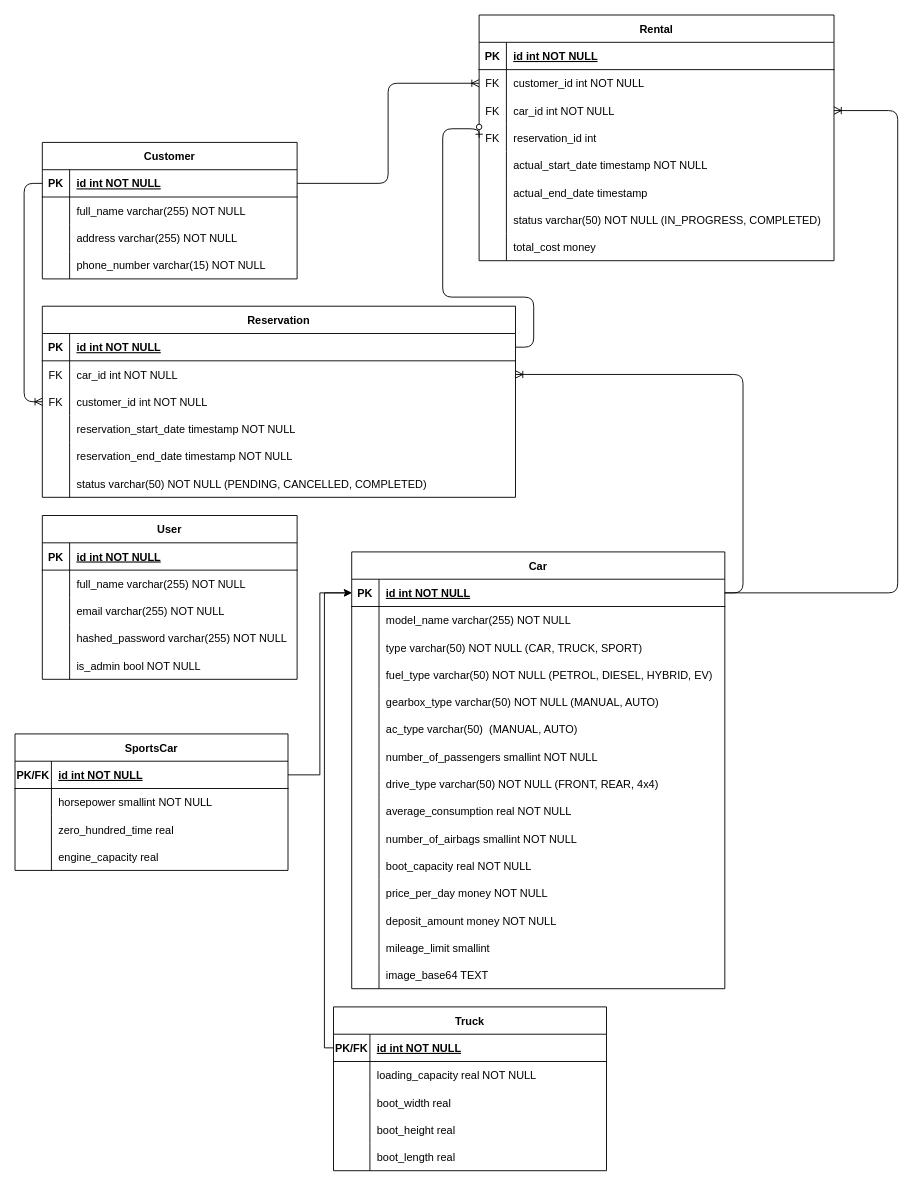
This is ERD.drawio from BartlomiejRasztabiga/Rentally, a draw.io file, before an edit. Source tidied: cells renumbered, new cells numbered last; positions are measured from the earlier drawing's top-left corner, leaving out a move shared by most shapes. Both pictures are drawn from the tidied source at 91%, with x=0, y=0 at pixel (15, 15).
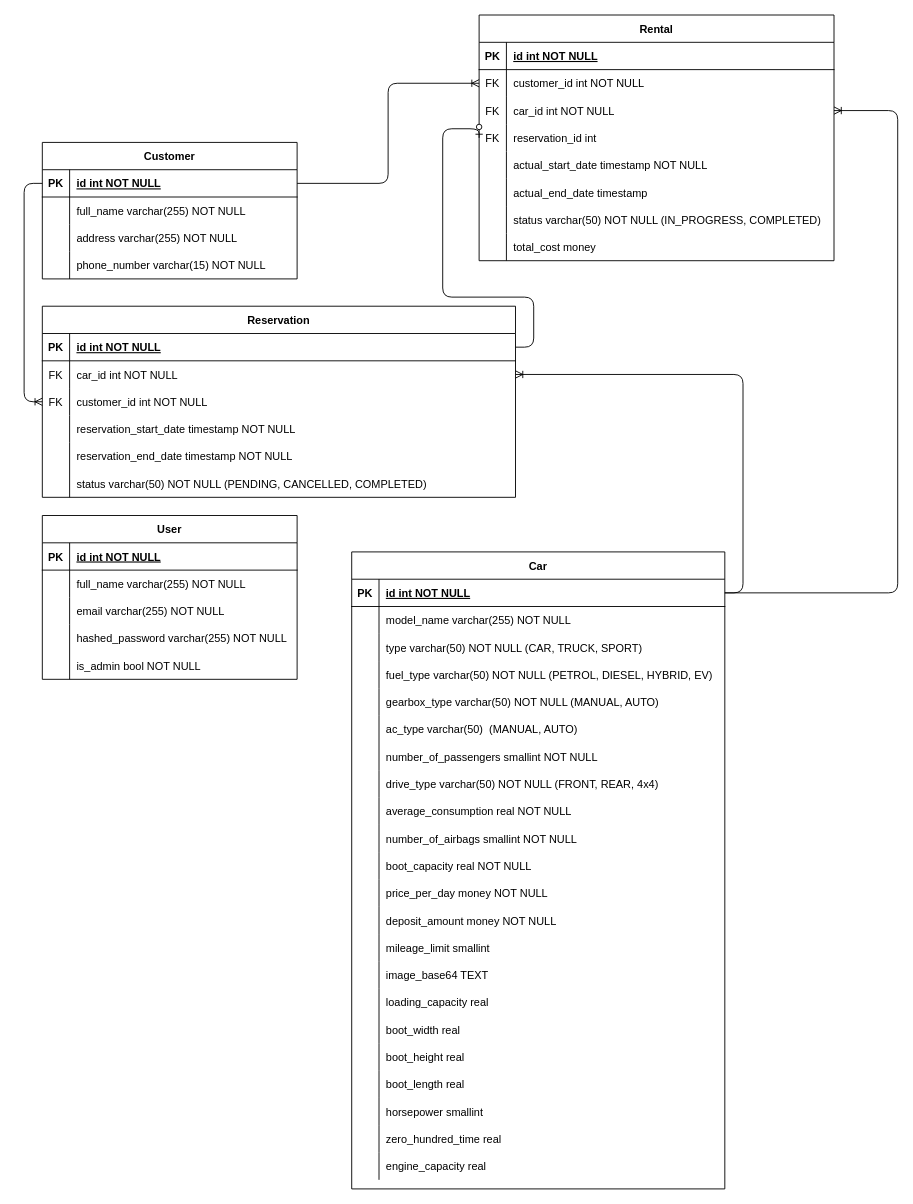
Above is the later version.

The change refers to these unchanged cells:
```xml
<mxCell id="3" style="shape=partialRectangle;fillColor=none;points=[[0,0.5],[1,0.5]];portConstraint=eastwest;top=0;left=0;right=0;bottom=1;" parent="2" vertex="1">
  <mxGeometry y="30" width="410" height="30" as="geometry" />
</mxCell>
```

Diff of the diagram source:
```diff
@@
     <mxCell id="2" value="Car" style="shape=table;startSize=30;childLayout=tableLayout;rowLines=0;fontStyle=1;align=center;" parent="1" vertex="1">
-      <mxGeometry x="370" y="590" width="410" height="480" as="geometry" />
+      <mxGeometry x="370" y="590" width="410" height="700" as="geometry" />
     </mxCell>
@@
+    <mxCell id="158" style="shape=partialRectangle;fillColor=none;top=0;left=0;right=0;bottom=0;" parent="2" vertex="1">
+      <mxGeometry y="480" width="410" height="30" as="geometry" />
+    </mxCell>
+    <mxCell id="159" style="shape=partialRectangle;overflow=hidden;fillColor=none;top=0;left=0;bottom=0;right=0;" parent="158" vertex="1">
+      <mxGeometry width="30" height="30" as="geometry" />
+    </mxCell>
+    <mxCell id="160" value="loading_capacity real" style="shape=partialRectangle;overflow=hidden;fillColor=none;top=0;left=0;bottom=0;right=0;align=left;spacingLeft=6;" parent="158" vertex="1">
+      <mxGeometry x="30" width="380" height="30" as="geometry" />
+    </mxCell>
+    <mxCell id="161" style="shape=partialRectangle;fillColor=none;top=0;left=0;right=0;bottom=0;" parent="2" vertex="1">
+      <mxGeometry y="510" width="410" height="30" as="geometry" />
+    </mxCell>
+    <mxCell id="162" style="shape=partialRectangle;overflow=hidden;fillColor=none;top=0;left=0;bottom=0;right=0;" parent="161" vertex="1">
+      <mxGeometry width="30" height="30" as="geometry" />
+    </mxCell>
+    <mxCell id="73" value="boot_width real" style="shape=partialRectangle;overflow=hidden;fillColor=none;top=0;left=0;bottom=0;right=0;align=left;spacingLeft=6;" parent="161" vertex="1">
+      <mxGeometry x="30" width="380" height="30" as="geometry" />
+    </mxCell>
+    <mxCell id="163" style="shape=partialRectangle;fillColor=none;top=0;left=0;right=0;bottom=0;" parent="2" vertex="1">
+      <mxGeometry y="540" width="410" height="30" as="geometry" />
+    </mxCell>
+    <mxCell id="164" style="shape=partialRectangle;overflow=hidden;fillColor=none;top=0;left=0;bottom=0;right=0;" parent="163" vertex="1">
+      <mxGeometry width="30" height="30" as="geometry" />
+    </mxCell>
+    <mxCell id="76" value="boot_height real" style="shape=partialRectangle;overflow=hidden;fillColor=none;top=0;left=0;bottom=0;right=0;align=left;spacingLeft=6;" parent="163" vertex="1">
+      <mxGeometry x="30" width="380" height="30" as="geometry" />
+    </mxCell>
+    <mxCell id="165" style="shape=partialRectangle;fillColor=none;top=0;left=0;right=0;bottom=0;" parent="2" vertex="1">
+      <mxGeometry y="570" width="410" height="30" as="geometry" />
+    </mxCell>
+    <mxCell id="166" style="shape=partialRectangle;overflow=hidden;fillColor=none;top=0;left=0;bottom=0;right=0;" parent="165" vertex="1">
+      <mxGeometry width="30" height="30" as="geometry" />
+    </mxCell>
+    <mxCell id="79" value="boot_length real" style="shape=partialRectangle;overflow=hidden;fillColor=none;top=0;left=0;bottom=0;right=0;align=left;spacingLeft=6;" parent="165" vertex="1">
+      <mxGeometry x="30" width="380" height="30" as="geometry" />
+    </mxCell>
+    <mxCell id="167" style="shape=partialRectangle;fillColor=none;top=0;left=0;right=0;bottom=0;" parent="2" vertex="1">
+      <mxGeometry y="600" width="410" height="30" as="geometry" />
+    </mxCell>
+    <mxCell id="168" style="shape=partialRectangle;overflow=hidden;fillColor=none;top=0;left=0;bottom=0;right=0;" parent="167" vertex="1">
+      <mxGeometry width="30" height="30" as="geometry" />
+    </mxCell>
+    <mxCell id="169" value="horsepower smallint" style="shape=partialRectangle;overflow=hidden;fillColor=none;top=0;left=0;bottom=0;right=0;align=left;spacingLeft=6;" parent="167" vertex="1">
+      <mxGeometry x="30" width="380" height="30" as="geometry" />
+    </mxCell>
+    <mxCell id="170" style="shape=partialRectangle;fillColor=none;top=0;left=0;right=0;bottom=0;" parent="2" vertex="1">
+      <mxGeometry y="630" width="410" height="30" as="geometry" />
+    </mxCell>
+    <mxCell id="171" style="shape=partialRectangle;overflow=hidden;fillColor=none;top=0;left=0;bottom=0;right=0;" parent="170" vertex="1">
+      <mxGeometry width="30" height="30" as="geometry" />
+    </mxCell>
+    <mxCell id="91" value="zero_hundred_time real" style="shape=partialRectangle;overflow=hidden;fillColor=none;top=0;left=0;bottom=0;right=0;align=left;spacingLeft=6;" parent="170" vertex="1">
+      <mxGeometry x="30" width="380" height="30" as="geometry" />
+    </mxCell>
+    <mxCell id="172" style="shape=partialRectangle;fillColor=none;top=0;left=0;right=0;bottom=0;" parent="2" vertex="1">
+      <mxGeometry y="660" width="410" height="30" as="geometry" />
+    </mxCell>
+    <mxCell id="173" style="shape=partialRectangle;overflow=hidden;fillColor=none;top=0;left=0;bottom=0;right=0;" parent="172" vertex="1">
+      <mxGeometry width="30" height="30" as="geometry" />
+    </mxCell>
+    <mxCell id="94" value="engine_capacity real" style="shape=partialRectangle;overflow=hidden;fillColor=none;top=0;left=0;bottom=0;right=0;align=left;spacingLeft=6;" parent="172" vertex="1">
+      <mxGeometry x="30" width="380" height="30" as="geometry" />
+    </mxCell>
@@
-    <mxCell id="64" value="Truck" style="shape=table;startSize=30;childLayout=tableLayout;rowLines=0;fontStyle=1;align=center;" parent="1" vertex="1">
-      <mxGeometry x="350" y="1090" width="300" height="180" as="geometry" />
-    </mxCell>
-    <mxCell id="65" style="shape=partialRectangle;fillColor=none;points=[[0,0.5],[1,0.5]];portConstraint=eastwest;top=0;left=0;right=0;bottom=1;" parent="64" vertex="1">
-      <mxGeometry y="30" width="300" height="30" as="geometry" />
-    </mxCell>
-    <mxCell id="66" value="PK/FK" style="shape=partialRectangle;overflow=hidden;fillColor=none;top=0;left=0;bottom=0;right=0;fontStyle=1;" parent="65" vertex="1">
-      <mxGeometry width="40" height="30" as="geometry" />
-    </mxCell>
-    <mxCell id="67" value="id int NOT NULL " style="shape=partialRectangle;overflow=hidden;fillColor=none;top=0;left=0;bottom=0;right=0;align=left;spacingLeft=6;fontStyle=5;" parent="65" vertex="1">
-      <mxGeometry x="40" width="260" height="30" as="geometry" />
-    </mxCell>
-    <mxCell id="68" style="shape=partialRectangle;fillColor=none;top=0;left=0;right=0;bottom=0;" parent="64" vertex="1">
-      <mxGeometry y="60" width="300" height="30" as="geometry" />
-    </mxCell>
-    <mxCell id="69" style="shape=partialRectangle;overflow=hidden;fillColor=none;top=0;left=0;bottom=0;right=0;" parent="68" vertex="1">
-      <mxGeometry width="40" height="30" as="geometry" />
-    </mxCell>
-    <mxCell id="70" style="shape=partialRectangle;overflow=hidden;fillColor=none;top=0;left=0;bottom=0;right=0;align=left;spacingLeft=6;" parent="68" vertex="1">
-      <mxGeometry x="40" width="260" height="30" as="geometry" />
-    </mxCell>
-    <mxCell id="71" style="shape=partialRectangle;fillColor=none;top=0;left=0;right=0;bottom=0;" parent="64" vertex="1">
-      <mxGeometry y="90" width="300" height="30" as="geometry" />
-    </mxCell>
-    <mxCell id="72" style="shape=partialRectangle;overflow=hidden;fillColor=none;top=0;left=0;bottom=0;right=0;" parent="71" vertex="1">
-      <mxGeometry width="40" height="30" as="geometry" />
-    </mxCell>
-    <mxCell id="73" value="boot_width real" style="shape=partialRectangle;overflow=hidden;fillColor=none;top=0;left=0;bottom=0;right=0;align=left;spacingLeft=6;" parent="71" vertex="1">
-      <mxGeometry x="40" width="260" height="30" as="geometry" />
-    </mxCell>
-    <mxCell id="74" style="shape=partialRectangle;fillColor=none;top=0;left=0;right=0;bottom=0;" parent="64" vertex="1">
-      <mxGeometry y="120" width="300" height="30" as="geometry" />
-    </mxCell>
-    <mxCell id="75" style="shape=partialRectangle;overflow=hidden;fillColor=none;top=0;left=0;bottom=0;right=0;" parent="74" vertex="1">
-      <mxGeometry width="40" height="30" as="geometry" />
-    </mxCell>
-    <mxCell id="76" value="boot_height real" style="shape=partialRectangle;overflow=hidden;fillColor=none;top=0;left=0;bottom=0;right=0;align=left;spacingLeft=6;" parent="74" vertex="1">
-      <mxGeometry x="40" width="260" height="30" as="geometry" />
-    </mxCell>
-    <mxCell id="77" style="shape=partialRectangle;fillColor=none;top=0;left=0;right=0;bottom=0;" parent="64" vertex="1">
-      <mxGeometry y="150" width="300" height="30" as="geometry" />
-    </mxCell>
-    <mxCell id="78" style="shape=partialRectangle;overflow=hidden;fillColor=none;top=0;left=0;bottom=0;right=0;" parent="77" vertex="1">
-      <mxGeometry width="40" height="30" as="geometry" />
-    </mxCell>
-    <mxCell id="79" value="boot_length real" style="shape=partialRectangle;overflow=hidden;fillColor=none;top=0;left=0;bottom=0;right=0;align=left;spacingLeft=6;" parent="77" vertex="1">
-      <mxGeometry x="40" width="260" height="30" as="geometry" />
-    </mxCell>
-    <mxCell id="80" value="loading_capacity real NOT NULL" style="shape=partialRectangle;overflow=hidden;fillColor=none;top=0;left=0;bottom=0;right=0;align=left;spacingLeft=6;" parent="1" vertex="1">
-      <mxGeometry x="390" y="1150" width="260" height="30" as="geometry" />
-    </mxCell>
-    <mxCell id="81" style="rounded=0;jettySize=auto;html=1;entryX=0;entryY=0.5;entryDx=0;entryDy=0;edgeStyle=elbowEdgeStyle;" parent="1" edge="1" source="65" target="3">
-      <mxGeometry relative="1" as="geometry">
-        <Array as="points">
-          <mxPoint x="340" y="880" />
-        </Array>
-      </mxGeometry>
-    </mxCell>
-    <mxCell id="82" value="SportsCar" style="shape=table;startSize=30;childLayout=tableLayout;rowLines=0;fontStyle=1;align=center;" parent="1" vertex="1">
-      <mxGeometry y="790" width="300" height="150" as="geometry" />
-    </mxCell>
-    <mxCell id="83" style="shape=partialRectangle;fillColor=none;points=[[0,0.5],[1,0.5]];portConstraint=eastwest;top=0;left=0;right=0;bottom=1;" parent="82" vertex="1">
-      <mxGeometry y="30" width="300" height="30" as="geometry" />
-    </mxCell>
-    <mxCell id="84" value="PK/FK" style="shape=partialRectangle;overflow=hidden;fillColor=none;top=0;left=0;bottom=0;right=0;fontStyle=1;" parent="83" vertex="1">
-      <mxGeometry width="40" height="30" as="geometry" />
-    </mxCell>
-    <mxCell id="85" value="id int NOT NULL " style="shape=partialRectangle;overflow=hidden;fillColor=none;top=0;left=0;bottom=0;right=0;align=left;spacingLeft=6;fontStyle=5;" parent="83" vertex="1">
-      <mxGeometry x="40" width="260" height="30" as="geometry" />
-    </mxCell>
-    <mxCell id="86" style="shape=partialRectangle;fillColor=none;top=0;left=0;right=0;bottom=0;" parent="82" vertex="1">
-      <mxGeometry y="60" width="300" height="30" as="geometry" />
-    </mxCell>
-    <mxCell id="87" style="shape=partialRectangle;overflow=hidden;fillColor=none;top=0;left=0;bottom=0;right=0;" parent="86" vertex="1">
-      <mxGeometry width="40" height="30" as="geometry" />
-    </mxCell>
-    <mxCell id="88" value="horsepower smallint NOT NULL" style="shape=partialRectangle;overflow=hidden;fillColor=none;top=0;left=0;bottom=0;right=0;align=left;spacingLeft=6;" parent="86" vertex="1">
-      <mxGeometry x="40" width="260" height="30" as="geometry" />
-    </mxCell>
-    <mxCell id="89" style="shape=partialRectangle;fillColor=none;top=0;left=0;right=0;bottom=0;" parent="82" vertex="1">
-      <mxGeometry y="90" width="300" height="30" as="geometry" />
-    </mxCell>
-    <mxCell id="90" style="shape=partialRectangle;overflow=hidden;fillColor=none;top=0;left=0;bottom=0;right=0;" parent="89" vertex="1">
-      <mxGeometry width="40" height="30" as="geometry" />
-    </mxCell>
-    <mxCell id="91" value="zero_hundred_time real" style="shape=partialRectangle;overflow=hidden;fillColor=none;top=0;left=0;bottom=0;right=0;align=left;spacingLeft=6;" parent="89" vertex="1">
-      <mxGeometry x="40" width="260" height="30" as="geometry" />
-    </mxCell>
-    <mxCell id="92" style="shape=partialRectangle;fillColor=none;top=0;left=0;right=0;bottom=0;" parent="82" vertex="1">
-      <mxGeometry y="120" width="300" height="30" as="geometry" />
-    </mxCell>
-    <mxCell id="93" style="shape=partialRectangle;overflow=hidden;fillColor=none;top=0;left=0;bottom=0;right=0;" parent="92" vertex="1">
-      <mxGeometry width="40" height="30" as="geometry" />
-    </mxCell>
-    <mxCell id="94" value="engine_capacity real" style="shape=partialRectangle;overflow=hidden;fillColor=none;top=0;left=0;bottom=0;right=0;align=left;spacingLeft=6;" parent="92" vertex="1">
-      <mxGeometry x="40" width="260" height="30" as="geometry" />
-    </mxCell>
-    <mxCell id="95" style="edgeStyle=elbowEdgeStyle;rounded=0;jettySize=auto;html=1;entryX=0;entryY=0.5;entryDx=0;entryDy=0;" parent="1" edge="1" source="83" target="3">
-      <mxGeometry relative="1" as="geometry" />
-    </mxCell>
```
